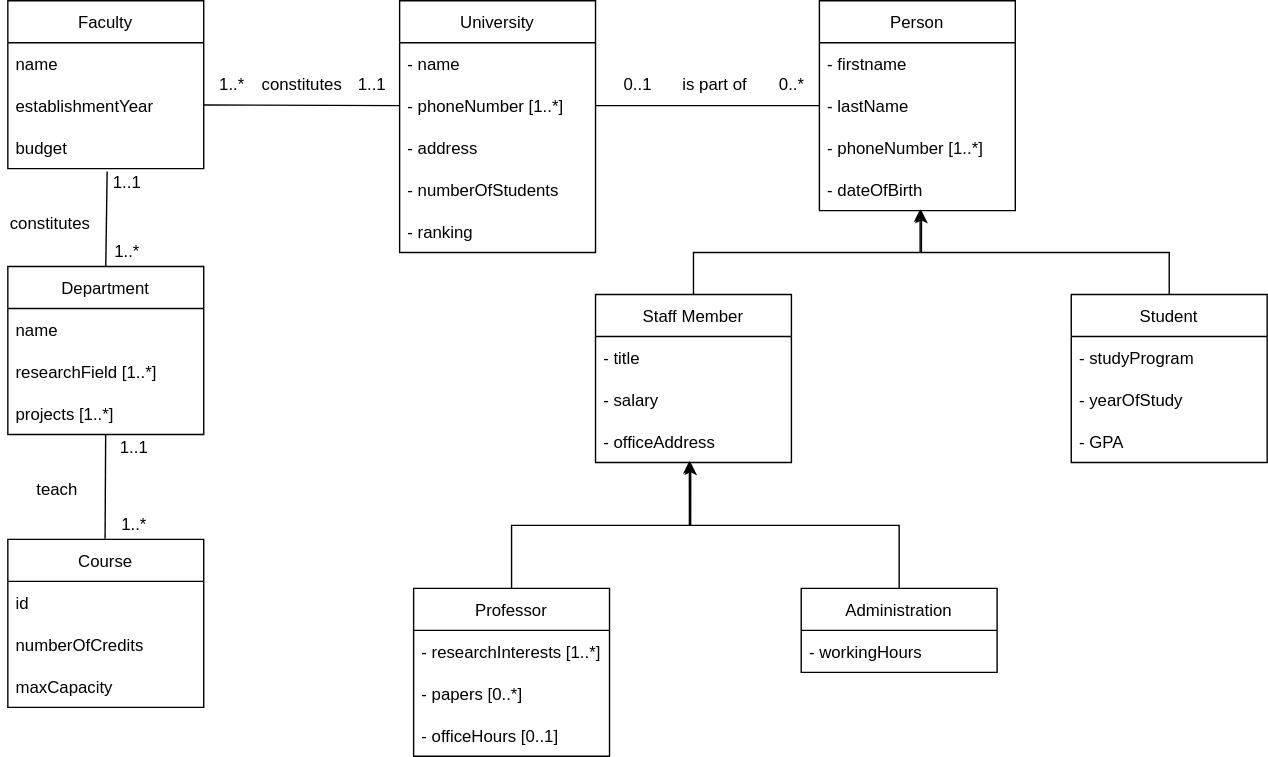
Before: 1/domain.svg, a diagram exported from draw.io (AzamatZarlykov/Data-Formats-Models). Source tidied: cells renumbered, new cells last; positions are measured from the earlier drawing's top-left corner, leaving out a move shared by most shapes.
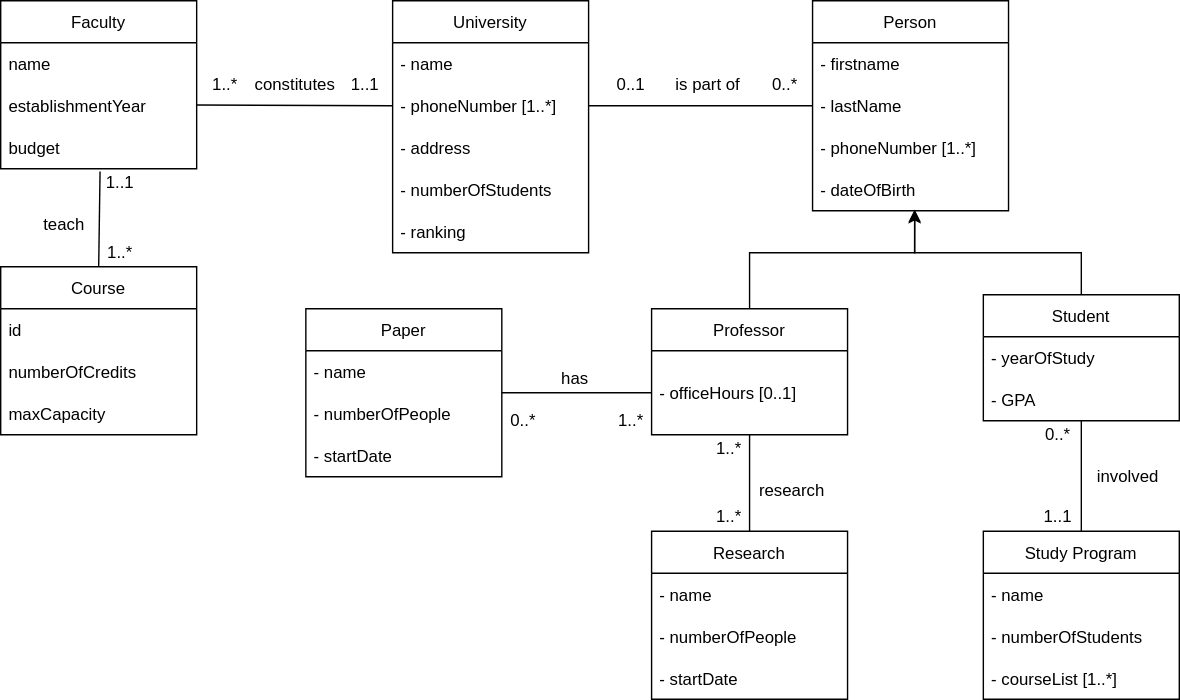
The same file after the commit.

Diff of the diagram source:
```diff
@@ -7,5 +7,5 @@
     </mxCell>
-    <mxCell id="3" value="- name" style="text;strokeColor=none;fillColor=none;align=left;verticalAlign=middle;spacingLeft=4;spacingRight=4;overflow=hidden;" parent="2" vertex="1">
-      <mxGeometry y="30" width="140" height="30" as="geometry" />
-    </mxCell>
+    <mxCell id="60" value="- name" style="text;strokeColor=none;fillColor=none;align=left;verticalAlign=middle;spacingLeft=4;spacingRight=4;overflow=hidden;" parent="2" vertex="1">
+      <mxGeometry y="30" width="140" height="30" as="geometry" />
+    </mxCell>
     <mxCell id="4" value="- phoneNumber [1..*]" style="text;strokeColor=none;fillColor=none;align=left;verticalAlign=middle;spacingLeft=4;spacingRight=4;overflow=hidden;points=[[0,0.5],[1,0.5]];portConstraint=eastwest;" parent="2" vertex="1">
@@ -37,55 +37,32 @@
     </mxCell>
-    <mxCell id="13" style="edgeStyle=orthogonalEdgeStyle;rounded=0;jettySize=auto;html=1;exitX=0.5;exitY=0;exitDx=0;exitDy=0;entryX=0.514;entryY=0.967;entryDx=0;entryDy=0;entryPerimeter=0;" parent="1" edge="1" source="14" target="12">
-      <mxGeometry relative="1" as="geometry" />
-    </mxCell>
-    <mxCell id="14" value="Staff Member" style="swimlane;fontStyle=0;horizontal=1;startSize=30;" parent="1" vertex="1">
-      <mxGeometry x="425" y="210" width="140" height="120" as="geometry" />
-    </mxCell>
-    <mxCell id="15" value="- title" style="text;strokeColor=none;fillColor=none;align=left;verticalAlign=middle;spacingLeft=4;spacingRight=4;overflow=hidden;" parent="14" vertex="1">
-      <mxGeometry y="30" width="140" height="30" as="geometry" />
-    </mxCell>
-    <mxCell id="16" value="- salary" style="text;strokeColor=none;fillColor=none;align=left;verticalAlign=middle;spacingLeft=4;spacingRight=4;overflow=hidden;" parent="14" vertex="1">
-      <mxGeometry y="60" width="140" height="30" as="geometry" />
-    </mxCell>
-    <mxCell id="17" value="- officeAddress" style="text;strokeColor=none;fillColor=none;align=left;verticalAlign=middle;spacingLeft=4;spacingRight=4;overflow=hidden;points=[[0,0.5],[1,0.5]];portConstraint=eastwest;" parent="14" vertex="1">
-      <mxGeometry y="90" width="140" height="30" as="geometry" />
-    </mxCell>
-    <mxCell id="18" style="edgeStyle=orthogonalEdgeStyle;rounded=0;jettySize=auto;html=1;exitX=0.5;exitY=0;exitDx=0;exitDy=0;entryX=0.486;entryY=1;entryDx=0;entryDy=0;entryPerimeter=0;" parent="1" edge="1" source="19" target="17">
-      <mxGeometry relative="1" as="geometry" />
-    </mxCell>
+    <mxCell id="61" style="edgeStyle=orthogonalEdgeStyle;rounded=0;jettySize=auto;html=1;exitX=0.5;exitY=0;exitDx=0;exitDy=0;entryX=0.521;entryY=0.971;entryDx=0;entryDy=0;entryPerimeter=0;" parent="1" edge="1" source="19" target="12">
+      <mxGeometry relative="1" as="geometry">
+        <Array as="points">
+          <mxPoint x="540" y="180" />
+          <mxPoint x="658" y="180" />
+        </Array>
+      </mxGeometry>
+    </mxCell>
     <mxCell id="19" value="Professor" style="swimlane;fontStyle=0;horizontal=1;startSize=30;" parent="1" vertex="1">
-      <mxGeometry x="295" y="420" width="140" height="120" as="geometry" />
+      <mxGeometry x="470" y="220" width="140" height="90" as="geometry" />
     </mxCell>
-    <mxCell id="20" value="- researchInterests [1..*]" style="text;strokeColor=none;fillColor=none;align=left;verticalAlign=middle;spacingLeft=4;spacingRight=4;overflow=hidden;" parent="19" vertex="1">
-      <mxGeometry y="30" width="140" height="30" as="geometry" />
-    </mxCell>
-    <mxCell id="21" value="- papers [0..*]" style="text;strokeColor=none;fillColor=none;align=left;verticalAlign=middle;spacingLeft=4;spacingRight=4;overflow=hidden;" parent="19" vertex="1">
-      <mxGeometry y="60" width="140" height="30" as="geometry" />
-    </mxCell>
     <mxCell id="22" value="- officeHours [0..1]" style="text;strokeColor=none;fillColor=none;align=left;verticalAlign=middle;spacingLeft=4;spacingRight=4;overflow=hidden;points=[[0,0.5],[1,0.5]];portConstraint=eastwest;" parent="19" vertex="1">
-      <mxGeometry y="90" width="140" height="30" as="geometry" />
+      <mxGeometry y="30" width="140" height="60" as="geometry" />
     </mxCell>
-    <mxCell id="23" style="edgeStyle=orthogonalEdgeStyle;rounded=0;jettySize=auto;html=1;exitX=0.5;exitY=0;exitDx=0;exitDy=0;entryX=0.479;entryY=0.967;entryDx=0;entryDy=0;entryPerimeter=0;" parent="1" edge="1" source="24" target="17">
-      <mxGeometry relative="1" as="geometry" />
-    </mxCell>
-    <mxCell id="24" value="Administration" style="swimlane;fontStyle=0;horizontal=1;startSize=30;" parent="1" vertex="1">
-      <mxGeometry x="572" y="420" width="140" height="60" as="geometry" />
-    </mxCell>
-    <mxCell id="25" value="- workingHours" style="text;strokeColor=none;fillColor=none;align=left;verticalAlign=middle;spacingLeft=4;spacingRight=4;overflow=hidden;" parent="24" vertex="1">
-      <mxGeometry y="30" width="140" height="30" as="geometry" />
-    </mxCell>
     <mxCell id="26" style="edgeStyle=orthogonalEdgeStyle;rounded=0;jettySize=auto;html=1;exitX=0.5;exitY=0;exitDx=0;exitDy=0;entryX=0.521;entryY=1;entryDx=0;entryDy=0;entryPerimeter=0;" parent="1" edge="1" source="27" target="12">
-      <mxGeometry relative="1" as="geometry" />
+      <mxGeometry relative="1" as="geometry">
+        <Array as="points">
+          <mxPoint x="777" y="180" />
+          <mxPoint x="658" y="180" />
+        </Array>
+      </mxGeometry>
     </mxCell>
     <mxCell id="27" value="Student" style="swimlane;fontStyle=0;horizontal=1;startSize=30;" parent="1" vertex="1">
-      <mxGeometry x="765" y="210" width="140" height="120" as="geometry" />
+      <mxGeometry x="707" y="210" width="140" height="90" as="geometry" />
     </mxCell>
-    <mxCell id="28" value="- studyProgram" style="text;strokeColor=none;fillColor=none;align=left;verticalAlign=middle;spacingLeft=4;spacingRight=4;overflow=hidden;" parent="27" vertex="1">
-      <mxGeometry y="30" width="140" height="30" as="geometry" />
-    </mxCell>
     <mxCell id="29" value="- yearOfStudy" style="text;strokeColor=none;fillColor=none;align=left;verticalAlign=middle;spacingLeft=4;spacingRight=4;overflow=hidden;" parent="27" vertex="1">
-      <mxGeometry y="60" width="140" height="30" as="geometry" />
+      <mxGeometry y="30" width="140" height="30" as="geometry" />
     </mxCell>
     <mxCell id="30" value="- GPA" style="text;strokeColor=none;fillColor=none;align=left;verticalAlign=middle;spacingLeft=4;spacingRight=4;overflow=hidden;points=[[0,0.5],[1,0.5]];portConstraint=eastwest;" parent="27" vertex="1">
-      <mxGeometry y="90" width="140" height="30" as="geometry" />
+      <mxGeometry y="60" width="140" height="30" as="geometry" />
     </mxCell>
@@ -94,5 +71,5 @@
     </mxCell>
-    <mxCell id="32" value="name" style="text;strokeColor=none;fillColor=none;align=left;verticalAlign=middle;spacingLeft=4;spacingRight=4;overflow=hidden;" parent="31" vertex="1">
-      <mxGeometry y="30" width="140" height="30" as="geometry" />
-    </mxCell>
+    <mxCell id="62" value="name" style="text;strokeColor=none;fillColor=none;align=left;verticalAlign=middle;spacingLeft=4;spacingRight=4;overflow=hidden;" parent="31" vertex="1">
+      <mxGeometry y="30" width="140" height="30" as="geometry" />
+    </mxCell>
     <mxCell id="33" value="establishmentYear" style="text;strokeColor=none;fillColor=none;align=left;verticalAlign=middle;spacingLeft=4;spacingRight=4;overflow=hidden;" parent="31" vertex="1">
@@ -103,16 +80,4 @@
     </mxCell>
-    <mxCell id="35" value="Department" style="swimlane;fontStyle=0;horizontal=1;startSize=30;" parent="1" vertex="1">
-      <mxGeometry x="5" y="190" width="140" height="120" as="geometry" />
-    </mxCell>
-    <mxCell id="36" value="name" style="text;strokeColor=none;fillColor=none;align=left;verticalAlign=middle;spacingLeft=4;spacingRight=4;overflow=hidden;" parent="35" vertex="1">
-      <mxGeometry y="30" width="140" height="30" as="geometry" />
-    </mxCell>
-    <mxCell id="37" value="researchField [1..*]" style="text;strokeColor=none;fillColor=none;align=left;verticalAlign=middle;spacingLeft=4;spacingRight=4;overflow=hidden;" parent="35" vertex="1">
-      <mxGeometry y="60" width="140" height="30" as="geometry" />
-    </mxCell>
-    <mxCell id="38" value="projects [1..*]" style="text;strokeColor=none;fillColor=none;align=left;verticalAlign=middle;spacingLeft=4;spacingRight=4;overflow=hidden;points=[[0,0.5],[1,0.5]];portConstraint=eastwest;" parent="35" vertex="1">
-      <mxGeometry y="90" width="140" height="30" as="geometry" />
-    </mxCell>
     <mxCell id="39" value="Course" style="swimlane;fontStyle=0;horizontal=1;startSize=30;" parent="1" vertex="1">
-      <mxGeometry x="5" y="385" width="140" height="120" as="geometry" />
+      <mxGeometry x="5" y="190" width="140" height="120" as="geometry" />
     </mxCell>
@@ -130,11 +95,11 @@
     </mxCell>
-    <mxCell id="44" style="endArrow=none;html=1;rounded=0;exitX=1;exitY=0.5;exitDx=0;exitDy=0;" parent="1" edge="1">
-      <mxGeometry relative="1" as="geometry">
-        <mxPoint x="145" y="74.5" as="sourcePoint" />
-        <mxPoint x="285" y="75" as="targetPoint" />
-      </mxGeometry>
-    </mxCell>
-    <mxCell id="45" value="0..*" style="text;html=1;align=center;verticalAlign=middle;strokeColor=none;fillColor=none;" parent="1" vertex="1">
-      <mxGeometry x="550" y="50" width="30" height="20" as="geometry" />
-    </mxCell>
+    <mxCell id="63" style="endArrow=none;html=1;rounded=0;exitX=1;exitY=0.5;exitDx=0;exitDy=0;" parent="1" edge="1">
+      <mxGeometry relative="1" as="geometry">
+        <mxPoint x="145" y="74.5" as="sourcePoint" />
+        <mxPoint x="285" y="75" as="targetPoint" />
+      </mxGeometry>
+    </mxCell>
+    <mxCell id="64" value="0..*" style="text;html=1;align=center;verticalAlign=middle;strokeColor=none;fillColor=none;" parent="1" vertex="1">
+      <mxGeometry x="550" y="50" width="30" height="20" as="geometry" />
+    </mxCell>
     <mxCell id="46" value="0..1" style="text;html=1;align=center;verticalAlign=middle;strokeColor=none;fillColor=none;" parent="1" vertex="1">
@@ -142,34 +107,25 @@
     </mxCell>
-    <mxCell id="47" value="1..1" style="text;html=1;align=center;verticalAlign=middle;strokeColor=none;fillColor=none;" parent="1" vertex="1">
-      <mxGeometry x="245" y="50" width="40" height="20" as="geometry" />
-    </mxCell>
-    <mxCell id="48" value="1..*" style="text;html=1;align=center;verticalAlign=middle;strokeColor=none;fillColor=none;" parent="1" vertex="1">
-      <mxGeometry x="150" y="50" width="30" height="20" as="geometry" />
-    </mxCell>
-    <mxCell id="49" value="1..*" style="text;html=1;align=center;verticalAlign=middle;strokeColor=none;fillColor=none;" parent="1" vertex="1">
-      <mxGeometry x="75" y="170" width="30" height="20" as="geometry" />
-    </mxCell>
-    <mxCell id="50" style="endArrow=none;html=1;rounded=0;entryX=0.507;entryY=1.067;entryDx=0;entryDy=0;entryPerimeter=0;exitX=0.5;exitY=0;exitDx=0;exitDy=0;" parent="1" edge="1" source="35" target="34">
-      <mxGeometry relative="1" as="geometry" />
-    </mxCell>
-    <mxCell id="51" style="endArrow=none;html=1;rounded=0;exitX=0.5;exitY=0;exitDx=0;exitDy=0;" parent="1" edge="1" target="38">
-      <mxGeometry relative="1" as="geometry">
-        <mxPoint x="74.5" y="384.5" as="sourcePoint" />
-      </mxGeometry>
-    </mxCell>
-    <mxCell id="52" value="1..1" style="text;html=1;align=center;verticalAlign=middle;points=[];strokeColor=none;fillColor=none;" parent="1" vertex="1">
-      <mxGeometry x="70" y="120" width="40" height="20" as="geometry" />
-    </mxCell>
-    <mxCell id="53" style="edgeStyle=none;rounded=0;orthogonalLoop=1;jettySize=auto;html=1;entryX=0.125;entryY=0;entryDx=0;entryDy=0;entryPerimeter=0;" parent="1" edge="1" source="52" target="52">
-      <mxGeometry relative="1" as="geometry" />
-    </mxCell>
-    <mxCell id="54" value="1..*" style="text;html=1;align=center;verticalAlign=middle;strokeColor=none;fillColor=none;" parent="1" vertex="1">
-      <mxGeometry x="80" y="365" width="30" height="20" as="geometry" />
-    </mxCell>
-    <mxCell id="55" value="1..1" style="text;html=1;align=center;verticalAlign=middle;strokeColor=none;fillColor=none;" parent="1" vertex="1">
-      <mxGeometry x="75" y="310" width="40" height="20" as="geometry" />
-    </mxCell>
-    <mxCell id="56" value="constitutes" style="text;html=1;align=center;verticalAlign=middle;strokeColor=none;fillColor=none;" parent="1" vertex="1">
-      <mxGeometry x="180" y="50" width="70" height="20" as="geometry" />
-    </mxCell>
+    <mxCell id="65" value="1..1" style="text;html=1;align=center;verticalAlign=middle;strokeColor=none;fillColor=none;" parent="1" vertex="1">
+      <mxGeometry x="245" y="50" width="40" height="20" as="geometry" />
+    </mxCell>
+    <mxCell id="66" value="1..*" style="text;html=1;align=center;verticalAlign=middle;strokeColor=none;fillColor=none;" parent="1" vertex="1">
+      <mxGeometry x="150" y="50" width="30" height="20" as="geometry" />
+    </mxCell>
+    <mxCell id="67" value="1..*" style="text;html=1;align=center;verticalAlign=middle;strokeColor=none;fillColor=none;" parent="1" vertex="1">
+      <mxGeometry x="75" y="170" width="30" height="20" as="geometry" />
+    </mxCell>
+    <mxCell id="68" style="endArrow=none;html=1;rounded=0;entryX=0.507;entryY=1.067;entryDx=0;entryDy=0;entryPerimeter=0;exitX=0.5;exitY=0;exitDx=0;exitDy=0;" parent="1" edge="1" target="34">
+      <mxGeometry relative="1" as="geometry">
+        <mxPoint x="75" y="190" as="sourcePoint" />
+      </mxGeometry>
+    </mxCell>
+    <mxCell id="69" value="1..1" style="text;html=1;align=center;verticalAlign=middle;points=[];strokeColor=none;fillColor=none;" parent="1" vertex="1">
+      <mxGeometry x="70" y="120" width="40" height="20" as="geometry" />
+    </mxCell>
+    <mxCell id="70" style="edgeStyle=none;rounded=0;orthogonalLoop=1;jettySize=auto;html=1;entryX=0.125;entryY=0;entryDx=0;entryDy=0;entryPerimeter=0;" parent="1" edge="1" source="69" target="69">
+      <mxGeometry relative="1" as="geometry" />
+    </mxCell>
+    <mxCell id="71" value="constitutes" style="text;html=1;align=center;verticalAlign=middle;strokeColor=none;fillColor=none;" parent="1" vertex="1">
+      <mxGeometry x="180" y="50" width="70" height="20" as="geometry" />
+    </mxCell>
     <mxCell id="57" value="is part of&lt;span style=&quot;color: rgba(0 , 0 , 0 , 0) ; font-family: monospace ; font-size: 0px&quot;&gt;%3CmxGraphModel%3E%3Croot%3E%3CmxCell%20id%3D%220%22%2F%3E%3CmxCell%20id%3D%221%22%20parent%3D%220%22%2F%3E%3CmxCell%20id%3D%222%22%20value%3D%22constitutes%22%20style%3D%22text%3Bhtml%3D1%3Balign%3Dcenter%3BverticalAlign%3Dmiddle%3Bresizable%3D0%3Bpoints%3D%5B%5D%3Bautosize%3D1%3BstrokeColor%3Dnone%3BfillColor%3Dnone%3B%22%20vertex%3D%221%22%20parent%3D%221%22%3E%3CmxGeometry%20x%3D%22-875%22%20y%3D%22250%22%20width%3D%2270%22%20height%3D%2220%22%20as%3D%22geometry%22%2F%3E%3C%2FmxCell%3E%3C%2Froot%3E%3C%2FmxGraphModel%3E&lt;/span&gt;" style="text;html=1;align=center;verticalAlign=middle;strokeColor=none;fillColor=none;" parent="1" vertex="1">
@@ -177,8 +133,79 @@
     </mxCell>
-    <mxCell id="58" value="constitutes" style="text;html=1;align=center;verticalAlign=middle;strokeColor=none;fillColor=none;" parent="1" vertex="1">
-      <mxGeometry y="150" width="70" height="20" as="geometry" />
-    </mxCell>
     <mxCell id="59" value="teach" style="text;html=1;align=center;verticalAlign=middle;strokeColor=none;fillColor=none;" parent="1" vertex="1">
-      <mxGeometry x="20" y="340" width="40" height="20" as="geometry" />
+      <mxGeometry x="30" y="150" width="40" height="20" as="geometry" />
     </mxCell>
+    <mxCell id="72" value="Research" style="swimlane;fontStyle=0;horizontal=1;startSize=30;" parent="1" vertex="1">
+      <mxGeometry x="470" y="379" width="140" height="120" as="geometry" />
+    </mxCell>
+    <mxCell id="73" value="- name" style="text;strokeColor=none;fillColor=none;align=left;verticalAlign=middle;spacingLeft=4;spacingRight=4;overflow=hidden;" parent="72" vertex="1">
+      <mxGeometry y="30" width="140" height="30" as="geometry" />
+    </mxCell>
+    <mxCell id="74" value="- numberOfPeople" style="text;strokeColor=none;fillColor=none;align=left;verticalAlign=middle;spacingLeft=4;spacingRight=4;overflow=hidden;" parent="72" vertex="1">
+      <mxGeometry y="60" width="140" height="30" as="geometry" />
+    </mxCell>
+    <mxCell id="75" value="- startDate" style="text;strokeColor=none;fillColor=none;align=left;verticalAlign=middle;spacingLeft=4;spacingRight=4;overflow=hidden;" parent="72" vertex="1">
+      <mxGeometry y="90" width="140" height="30" as="geometry" />
+    </mxCell>
+    <mxCell id="76" value="Paper" style="swimlane;fontStyle=0;horizontal=1;startSize=30;" parent="1" vertex="1">
+      <mxGeometry x="223" y="220" width="140" height="120" as="geometry" />
+    </mxCell>
+    <mxCell id="77" value="- name" style="text;strokeColor=none;fillColor=none;align=left;verticalAlign=middle;spacingLeft=4;spacingRight=4;overflow=hidden;" parent="76" vertex="1">
+      <mxGeometry y="30" width="140" height="30" as="geometry" />
+    </mxCell>
+    <mxCell id="78" value="- numberOfPeople" style="text;strokeColor=none;fillColor=none;align=left;verticalAlign=middle;spacingLeft=4;spacingRight=4;overflow=hidden;points=[[0,0.5],[1,0.5]];portConstraint=eastwest;" parent="76" vertex="1">
+      <mxGeometry y="60" width="140" height="30" as="geometry" />
+    </mxCell>
+    <mxCell id="79" value="- startDate" style="text;strokeColor=none;fillColor=none;align=left;verticalAlign=middle;spacingLeft=4;spacingRight=4;overflow=hidden;" parent="76" vertex="1">
+      <mxGeometry y="90" width="140" height="30" as="geometry" />
+    </mxCell>
+    <mxCell id="80" value="research" style="text;html=1;align=center;verticalAlign=middle;strokeColor=none;fillColor=none;" parent="1" vertex="1">
+      <mxGeometry x="540" y="340" width="60" height="20" as="geometry" />
+    </mxCell>
+    <mxCell id="81" value="1..*" style="text;html=1;align=center;verticalAlign=middle;strokeColor=none;fillColor=none;" parent="1" vertex="1">
+      <mxGeometry x="510" y="310" width="30" height="20" as="geometry" />
+    </mxCell>
+    <mxCell id="82" value="1..*" style="text;html=1;align=center;verticalAlign=middle;strokeColor=none;fillColor=none;" parent="1" vertex="1">
+      <mxGeometry x="510" y="359" width="30" height="20" as="geometry" />
+    </mxCell>
+    <mxCell id="83" value="has" style="text;html=1;align=center;verticalAlign=middle;strokeColor=none;fillColor=none;" parent="1" vertex="1">
+      <mxGeometry x="400" y="260" width="30" height="20" as="geometry" />
+    </mxCell>
+    <mxCell id="84" value="0..*" style="text;html=1;align=center;verticalAlign=middle;strokeColor=none;fillColor=none;" parent="1" vertex="1">
+      <mxGeometry x="363" y="290" width="30" height="20" as="geometry" />
+    </mxCell>
+    <mxCell id="85" value="1..*" style="text;html=1;align=center;verticalAlign=middle;strokeColor=none;fillColor=none;" parent="1" vertex="1">
+      <mxGeometry x="440" y="290" width="30" height="20" as="geometry" />
+    </mxCell>
+    <mxCell id="86" value="Study Program" style="swimlane;fontStyle=0;horizontal=1;startSize=30;" parent="1" vertex="1">
+      <mxGeometry x="707" y="379" width="140" height="120" as="geometry" />
+    </mxCell>
+    <mxCell id="87" value="- name" style="text;strokeColor=none;fillColor=none;align=left;verticalAlign=middle;spacingLeft=4;spacingRight=4;overflow=hidden;" parent="86" vertex="1">
+      <mxGeometry y="30" width="140" height="30" as="geometry" />
+    </mxCell>
+    <mxCell id="88" value="- numberOfStudents" style="text;strokeColor=none;fillColor=none;align=left;verticalAlign=middle;spacingLeft=4;spacingRight=4;overflow=hidden;" parent="86" vertex="1">
+      <mxGeometry y="60" width="140" height="30" as="geometry" />
+    </mxCell>
+    <mxCell id="89" value="- courseList [1..*]" style="text;strokeColor=none;fillColor=none;align=left;verticalAlign=middle;spacingLeft=4;spacingRight=4;overflow=hidden;" parent="86" vertex="1">
+      <mxGeometry y="90" width="140" height="30" as="geometry" />
+    </mxCell>
+    <mxCell id="90" value="involved" style="text;html=1;align=center;verticalAlign=middle;strokeColor=none;fillColor=none;" parent="1" vertex="1">
+      <mxGeometry x="780" y="330" width="60" height="20" as="geometry" />
+    </mxCell>
+    <mxCell id="91" style="endArrow=none;html=1;rounded=0;entryX=0;entryY=0.5;entryDx=0;entryDy=0;exitX=1;exitY=0;exitDx=0;exitDy=0;exitPerimeter=0;" parent="1" edge="1" source="78" target="22">
+      <mxGeometry relative="1" as="geometry" />
+    </mxCell>
+    <mxCell id="92" style="endArrow=none;html=1;rounded=0;exitX=0.5;exitY=0;exitDx=0;exitDy=0;entryX=0.5;entryY=1;entryDx=0;entryDy=0;entryPerimeter=0;" parent="1" edge="1" source="86" target="30">
+      <mxGeometry relative="1" as="geometry" />
+    </mxCell>
+    <mxCell id="93" style="endArrow=none;html=1;rounded=0;exitX=0.5;exitY=0;exitDx=0;exitDy=0;" parent="1" edge="1" source="72">
+      <mxGeometry relative="1" as="geometry">
+        <mxPoint x="540" y="310" as="targetPoint" />
+      </mxGeometry>
+    </mxCell>
+    <mxCell id="94" value="1..1" style="text;html=1;align=center;verticalAlign=middle;strokeColor=none;fillColor=none;" parent="1" vertex="1">
+      <mxGeometry x="740" y="359" width="40" height="20" as="geometry" />
+    </mxCell>
+    <mxCell id="95" value="0..*" style="text;html=1;align=center;verticalAlign=middle;strokeColor=none;fillColor=none;" parent="1" vertex="1">
+      <mxGeometry x="745" y="300" width="30" height="20" as="geometry" />
+    </mxCell>
   </root>
```
